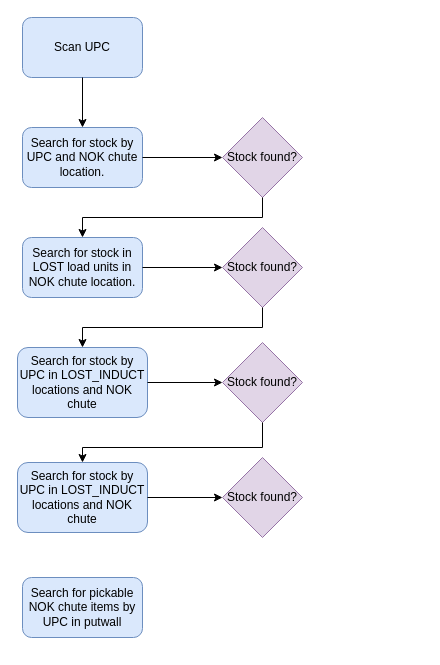
The draw.io diagram Untitled Diagram.drawio in itzelvigil/RepositorioPrueba, before the edit. Source tidied: cells renumbered, new cells numbered last; positions are measured from the earlier drawing's top-left corner, leaving out a move shared by most shapes. Both pictures are drawn from the tidied source at 100%, with x=0, y=0 at pixel (17, 17).
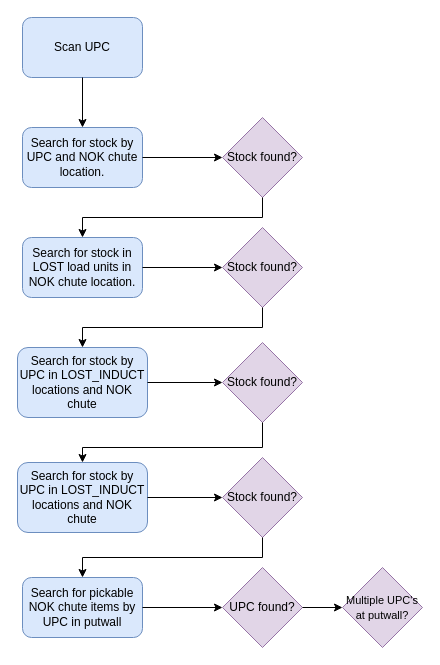
The same page after the edit.

Unchanged cells that the change refers to:
```xml
<mxCell id="14" value="Stock found?" style="rhombus;whiteSpace=wrap;html=1;fillColor=#e1d5e7;strokeColor=#9673a6;" parent="1" vertex="1">
  <mxGeometry x="205" y="440" width="80" height="80" as="geometry" />
</mxCell>
<mxCell id="19" value="Search for pickable NOK chute items by UPC in putwall" style="rounded=1;whiteSpace=wrap;html=1;fillColor=#dae8fc;strokeColor=#6c8ebf;" parent="1" vertex="1">
  <mxGeometry x="5" y="560" width="120" height="60" as="geometry" />
</mxCell>
```

The edit, as a diff of the source:
```diff
@@
+    <mxCell id="20" style="endArrow=classic;html=1;rounded=0;exitX=0.5;exitY=1;exitDx=0;exitDy=0;entryX=0.5;entryY=0;entryDx=0;entryDy=0;" parent="1" edge="1" source="14" target="19">
+      <mxGeometry relative="1" as="geometry">
+        <Array as="points">
+          <mxPoint x="245" y="540" />
+          <mxPoint x="65" y="540" />
+        </Array>
+      </mxGeometry>
+    </mxCell>
+    <mxCell id="21" value="UPC found?" style="rhombus;whiteSpace=wrap;html=1;fillColor=#e1d5e7;strokeColor=#9673a6;" parent="1" vertex="1">
+      <mxGeometry x="205" y="550" width="80" height="80" as="geometry" />
+    </mxCell>
+    <mxCell id="22" style="endArrow=classic;html=1;rounded=0;exitX=1;exitY=0.5;exitDx=0;exitDy=0;entryX=0;entryY=0.5;entryDx=0;entryDy=0;" parent="1" edge="1" source="19" target="21">
+      <mxGeometry relative="1" as="geometry" />
+    </mxCell>
+    <mxCell id="23" value="&lt;font style=&quot;font-size: 11px;&quot;&gt;Multiple UPC's at putwall?&lt;/font&gt;" style="rhombus;whiteSpace=wrap;html=1;fillColor=#e1d5e7;strokeColor=#9673a6;" parent="1" vertex="1">
+      <mxGeometry x="325" y="550" width="80" height="80" as="geometry" />
+    </mxCell>
+    <mxCell id="24" style="endArrow=classic;html=1;rounded=0;fontSize=11;exitX=1;exitY=0.5;exitDx=0;exitDy=0;entryX=0;entryY=0.5;entryDx=0;entryDy=0;" parent="1" edge="1" source="21" target="23">
+      <mxGeometry relative="1" as="geometry" />
+    </mxCell>
```
